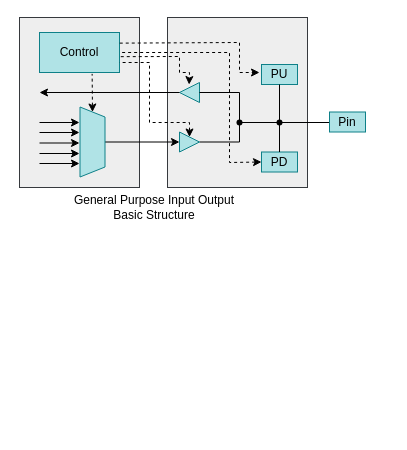
Before: page "第 1 页" (1 of 2) of drawio/test.drawio in iceyxy/flow-chart-drawio, a draw.io diagram. Source tidied: cells renumbered, new cells numbered last; positions are measured from the earlier drawing's top-left corner, leaving out a move shared by most shapes. Both pictures are drawn from the tidied source at 100%, with x=0, y=0 at pixel (19, 17).
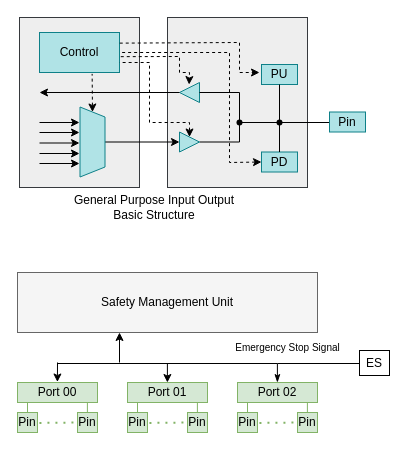
Above is the later version.

Diff of the diagram source:
```diff
@@
-    <mxCell id="6" style="shape=trapezoid;perimeter=trapezoidPerimeter;whiteSpace=wrap;html=1;fixedSize=1;size=10;rotation=90;fillColor=#b0e3e6;strokeColor=#0e8088;" parent="1" vertex="1">
+    <mxCell id="6" style="shape=trapezoid;perimeter=trapezoidPerimeter;whiteSpace=wrap;html=1;fixedSize=1;size=10;rotation=90;fillColor=#b0e3e6;strokeColor=#0e8088;rounded=0;" parent="1" vertex="1">
       <mxGeometry x="38" y="112" width="70" height="25" as="geometry" />
     </mxCell>
@@
-    <mxCell id="8" style="triangle;whiteSpace=wrap;html=1;fillColor=#b0e3e6;strokeColor=#0e8088;" parent="1" vertex="1">
+    <mxCell id="8" style="triangle;whiteSpace=wrap;html=1;fillColor=#b0e3e6;strokeColor=#0e8088;rounded=0;" parent="1" vertex="1">
       <mxGeometry x="160" y="114.5" width="20" height="20" as="geometry" />
     </mxCell>
-    <mxCell id="9" style="triangle;whiteSpace=wrap;html=1;rotation=-180;fillColor=#b0e3e6;strokeColor=#0e8088;" parent="1" vertex="1">
+    <mxCell id="9" style="triangle;whiteSpace=wrap;html=1;rotation=-180;fillColor=#b0e3e6;strokeColor=#0e8088;rounded=0;" parent="1" vertex="1">
       <mxGeometry x="160" y="65" width="20" height="20" as="geometry" />
     </mxCell>
-    <mxCell id="10" style="shape=waypoint;sketch=0;fillStyle=solid;size=6;points=[];fillColor=none;perimeter=centerPerimeter;snapToPoint=1;" parent="1" vertex="1">
+    <mxCell id="10" style="shape=waypoint;sketch=0;fillStyle=solid;size=6;points=[];fillColor=none;perimeter=centerPerimeter;snapToPoint=1;rounded=0;" parent="1" vertex="1">
       <mxGeometry x="210" y="95" width="20" height="20" as="geometry" />
     </mxCell>
@@
-    <mxCell id="16" style="shape=waypoint;sketch=0;fillStyle=solid;size=6;points=[];fillColor=none;perimeter=centerPerimeter;snapToPoint=1;" parent="1" vertex="1">
+    <mxCell id="16" style="shape=waypoint;sketch=0;fillStyle=solid;size=6;points=[];fillColor=none;perimeter=centerPerimeter;snapToPoint=1;rounded=0;" parent="1" vertex="1">
       <mxGeometry x="250" y="95" width="20" height="20" as="geometry" />
     </mxCell>
@@
+    <mxCell id="32" value="Safety Management Unit" style="rounded=0;whiteSpace=wrap;html=1;fillColor=#f5f5f5;strokeColor=#666666;gradientColor=none;" parent="1" vertex="1">
+      <mxGeometry x="-2" y="255" width="300" height="60" as="geometry" />
+    </mxCell>
+    <mxCell id="33" style="group;" parent="1" vertex="1">
+      <mxGeometry x="-2" y="365" width="80" height="50" as="geometry" />
+    </mxCell>
+    <mxCell id="34" value="Port 00" style="rounded=0;whiteSpace=wrap;html=1;fillColor=#d5e8d4;strokeColor=#82b366;" parent="33" vertex="1">
+      <mxGeometry width="80" height="20" as="geometry" />
+    </mxCell>
+    <mxCell id="35" value="Pin" style="rounded=0;whiteSpace=wrap;html=1;fillColor=#d5e8d4;strokeColor=#82b366;" parent="33" vertex="1">
+      <mxGeometry y="30" width="20" height="20" as="geometry" />
+    </mxCell>
+    <mxCell id="36" value="Pin" style="rounded=0;whiteSpace=wrap;html=1;fillColor=#d5e8d4;strokeColor=#82b366;" parent="33" vertex="1">
+      <mxGeometry x="60" y="30" width="20" height="20" as="geometry" />
+    </mxCell>
+    <mxCell id="37" style="endArrow=none;dashed=1;html=1;dashPattern=1 3;strokeWidth=2;exitX=1.097;exitY=0.521;exitDx=0;exitDy=0;exitPerimeter=0;entryX=0;entryY=0.5;entryDx=0;entryDy=0;fillColor=#d5e8d4;strokeColor=#82b366;" parent="33" edge="1" source="35" target="36">
+      <mxGeometry relative="1" as="geometry" />
+    </mxCell>
+    <mxCell id="38" style="endArrow=none;html=1;fillColor=#d5e8d4;strokeColor=#82b366;" parent="33" edge="1">
+      <mxGeometry relative="1" as="geometry">
+        <mxPoint x="10" y="30" as="sourcePoint" />
+        <mxPoint x="10" y="20" as="targetPoint" />
+      </mxGeometry>
+    </mxCell>
+    <mxCell id="39" style="endArrow=none;html=1;fillColor=#d5e8d4;strokeColor=#82b366;" parent="33" edge="1">
+      <mxGeometry relative="1" as="geometry">
+        <mxPoint x="10" y="30" as="sourcePoint" />
+        <mxPoint x="10" y="20" as="targetPoint" />
+      </mxGeometry>
+    </mxCell>
+    <mxCell id="40" style="endArrow=none;html=1;fillColor=#d5e8d4;strokeColor=#82b366;" parent="33" edge="1">
+      <mxGeometry relative="1" as="geometry">
+        <mxPoint x="69.9" y="30" as="sourcePoint" />
+        <mxPoint x="69.9" y="20" as="targetPoint" />
+      </mxGeometry>
+    </mxCell>
+    <mxCell id="41" style="group;" parent="1" vertex="1">
+      <mxGeometry x="108" y="365" width="80" height="50" as="geometry" />
+    </mxCell>
+    <mxCell id="42" value="Port 01" style="rounded=0;whiteSpace=wrap;html=1;fillColor=#d5e8d4;strokeColor=#82b366;" parent="41" vertex="1">
+      <mxGeometry width="80" height="20" as="geometry" />
+    </mxCell>
+    <mxCell id="43" value="Pin" style="rounded=0;whiteSpace=wrap;html=1;fillColor=#d5e8d4;strokeColor=#82b366;" parent="41" vertex="1">
+      <mxGeometry y="30" width="20" height="20" as="geometry" />
+    </mxCell>
+    <mxCell id="44" value="Pin" style="rounded=0;whiteSpace=wrap;html=1;fillColor=#d5e8d4;strokeColor=#82b366;" parent="41" vertex="1">
+      <mxGeometry x="60" y="30" width="20" height="20" as="geometry" />
+    </mxCell>
+    <mxCell id="45" style="endArrow=none;dashed=1;html=1;dashPattern=1 3;strokeWidth=2;exitX=1.097;exitY=0.521;exitDx=0;exitDy=0;exitPerimeter=0;entryX=0;entryY=0.5;entryDx=0;entryDy=0;fillColor=#d5e8d4;strokeColor=#82b366;" parent="41" edge="1" source="43" target="44">
+      <mxGeometry relative="1" as="geometry" />
+    </mxCell>
+    <mxCell id="46" style="endArrow=none;html=1;fillColor=#d5e8d4;strokeColor=#82b366;" parent="41" edge="1">
+      <mxGeometry relative="1" as="geometry">
+        <mxPoint x="10" y="30" as="sourcePoint" />
+        <mxPoint x="10" y="20" as="targetPoint" />
+      </mxGeometry>
+    </mxCell>
+    <mxCell id="47" style="endArrow=none;html=1;fillColor=#d5e8d4;strokeColor=#82b366;" parent="41" edge="1">
+      <mxGeometry relative="1" as="geometry">
+        <mxPoint x="10" y="30" as="sourcePoint" />
+        <mxPoint x="10" y="20" as="targetPoint" />
+      </mxGeometry>
+    </mxCell>
+    <mxCell id="48" style="endArrow=none;html=1;fillColor=#d5e8d4;strokeColor=#82b366;" parent="41" edge="1">
+      <mxGeometry relative="1" as="geometry">
+        <mxPoint x="69.9" y="30" as="sourcePoint" />
+        <mxPoint x="69.9" y="20" as="targetPoint" />
+      </mxGeometry>
+    </mxCell>
+    <mxCell id="49" style="group;" parent="1" vertex="1">
+      <mxGeometry x="218" y="365" width="80" height="50" as="geometry" />
+    </mxCell>
+    <mxCell id="50" value="Port 02" style="rounded=0;whiteSpace=wrap;html=1;fillColor=#d5e8d4;strokeColor=#82b366;" parent="49" vertex="1">
+      <mxGeometry width="80" height="20" as="geometry" />
+    </mxCell>
+    <mxCell id="51" value="Pin" style="rounded=0;whiteSpace=wrap;html=1;fillColor=#d5e8d4;strokeColor=#82b366;" parent="49" vertex="1">
+      <mxGeometry y="30" width="20" height="20" as="geometry" />
+    </mxCell>
+    <mxCell id="52" value="Pin" style="rounded=0;whiteSpace=wrap;html=1;fillColor=#d5e8d4;strokeColor=#82b366;" parent="49" vertex="1">
+      <mxGeometry x="60" y="30" width="20" height="20" as="geometry" />
+    </mxCell>
+    <mxCell id="53" style="endArrow=none;dashed=1;html=1;dashPattern=1 3;strokeWidth=2;exitX=1.097;exitY=0.521;exitDx=0;exitDy=0;exitPerimeter=0;entryX=0;entryY=0.5;entryDx=0;entryDy=0;fillColor=#d5e8d4;strokeColor=#82b366;" parent="49" edge="1" source="51" target="52">
+      <mxGeometry relative="1" as="geometry" />
+    </mxCell>
+    <mxCell id="54" style="endArrow=none;html=1;fillColor=#d5e8d4;strokeColor=#82b366;" parent="49" edge="1">
+      <mxGeometry relative="1" as="geometry">
+        <mxPoint x="10" y="30" as="sourcePoint" />
+        <mxPoint x="10" y="20" as="targetPoint" />
+      </mxGeometry>
+    </mxCell>
+    <mxCell id="55" style="endArrow=none;html=1;fillColor=#d5e8d4;strokeColor=#82b366;" parent="49" edge="1">
+      <mxGeometry relative="1" as="geometry">
+        <mxPoint x="10" y="30" as="sourcePoint" />
+        <mxPoint x="10" y="20" as="targetPoint" />
+      </mxGeometry>
+    </mxCell>
+    <mxCell id="56" style="endArrow=none;html=1;fillColor=#d5e8d4;strokeColor=#82b366;" parent="49" edge="1">
+      <mxGeometry relative="1" as="geometry">
+        <mxPoint x="69.9" y="30" as="sourcePoint" />
+        <mxPoint x="69.9" y="20" as="targetPoint" />
+      </mxGeometry>
+    </mxCell>
+    <mxCell id="57" style="endArrow=none;html=1;" parent="1" edge="1">
+      <mxGeometry relative="1" as="geometry">
+        <mxPoint x="38" y="346" as="sourcePoint" />
+        <mxPoint x="258" y="346" as="targetPoint" />
+      </mxGeometry>
+    </mxCell>
+    <mxCell id="58" style="endArrow=none;html=1;exitX=0.499;exitY=-0.025;exitDx=0;exitDy=0;exitPerimeter=0;startArrow=classic;startFill=1;" parent="1" edge="1" source="34">
+      <mxGeometry relative="1" as="geometry">
+        <mxPoint x="38" y="345" as="targetPoint" />
+      </mxGeometry>
+    </mxCell>
+    <mxCell id="59" style="endArrow=none;html=1;exitX=0.499;exitY=-0.025;exitDx=0;exitDy=0;exitPerimeter=0;startArrow=classic;startFill=1;" parent="1" edge="1">
+      <mxGeometry relative="1" as="geometry">
+        <mxPoint x="147.9" y="365" as="sourcePoint" />
+        <mxPoint x="147.9" y="346" as="targetPoint" />
+      </mxGeometry>
+    </mxCell>
+    <mxCell id="60" style="endArrow=none;html=1;exitX=0.499;exitY=-0.025;exitDx=0;exitDy=0;exitPerimeter=0;startArrow=classicThin;startFill=1;" parent="1" edge="1">
+      <mxGeometry relative="1" as="geometry">
+        <mxPoint x="257.9" y="365" as="sourcePoint" />
+        <mxPoint x="257.9" y="346" as="targetPoint" />
+      </mxGeometry>
+    </mxCell>
+    <mxCell id="61" style="endArrow=classic;html=1;entryX=0.5;entryY=1;entryDx=0;entryDy=0;startArrow=none;startFill=0;endFill=1;" parent="1" edge="1">
+      <mxGeometry relative="1" as="geometry">
+        <mxPoint x="100" y="345" as="sourcePoint" />
+        <mxPoint x="100" y="315" as="targetPoint" />
+      </mxGeometry>
+    </mxCell>
+    <mxCell id="62" value="&lt;div&gt;&lt;br&gt;&lt;/div&gt;&lt;div&gt;&lt;br&gt;&lt;/div&gt;&lt;div&gt;&lt;br&gt;&lt;/div&gt;&lt;div&gt;&lt;br&gt;&lt;/div&gt;&lt;div&gt;&lt;br&gt;&lt;/div&gt;&lt;div&gt;&lt;br&gt;&lt;/div&gt;&lt;div&gt;&lt;br&gt;&lt;/div&gt;" style="text;strokeColor=none;align=center;fillColor=none;html=1;verticalAlign=middle;whiteSpace=wrap;rounded=0;" parent="1" vertex="1">
+      <mxGeometry x="157" y="316" width="140" height="30" as="geometry" />
+    </mxCell>
+    <mxCell id="63" style="endArrow=none;html=1;exitX=0.715;exitY=1.01;exitDx=0;exitDy=0;exitPerimeter=0;" parent="1" edge="1">
+      <mxGeometry relative="1" as="geometry">
+        <mxPoint x="258" y="346" as="sourcePoint" />
+        <mxPoint x="340.9" y="346" as="targetPoint" />
+      </mxGeometry>
+    </mxCell>
+    <mxCell id="64" value="&lt;font style=&quot;font-size: 10px;&quot;&gt;Emergency Stop Signal&lt;/font&gt;" style="text;strokeColor=none;align=center;fillColor=none;html=1;verticalAlign=middle;whiteSpace=wrap;rounded=0;" parent="1" vertex="1">
+      <mxGeometry x="197" y="315" width="143" height="30" as="geometry" />
+    </mxCell>
+    <mxCell id="65" value="ES" style="rounded=0;whiteSpace=wrap;html=1;" parent="1" vertex="1">
+      <mxGeometry x="340" y="333" width="30" height="25" as="geometry" />
+    </mxCell>
```
